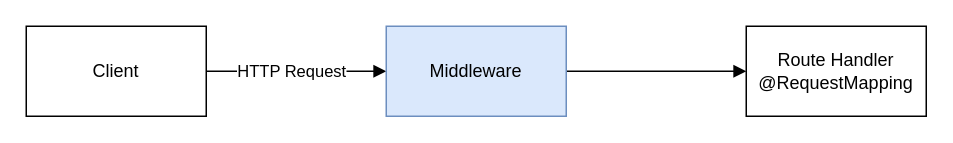
Earlier version of the draw.io diagram assets/img/dev/2023/0319/guard.drawio (assu10/assu10.github.io). Source tidied: cells renumbered, new cells numbered last; positions are measured from the earlier drawing's top-left corner, leaving out a move shared by most shapes. Both pictures are drawn from the tidied source at 150%, with x=0, y=0 at pixel (26, 26).
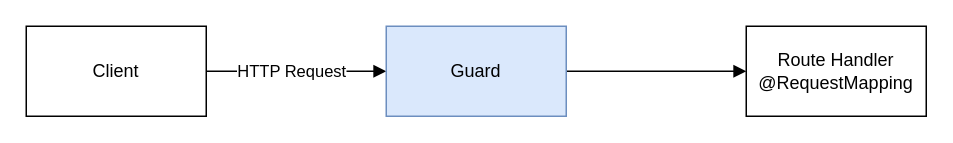
The same page after the edit.

Commit message (it also covers changes not shown here):
NestJS- Middleware, Guard, Interceptor, Pipe, ExceptionFilter 그리고 Life Cycle

Diff of the diagram source:
```diff
@@
 <mxGraphModel>
   <root>
     <mxCell id="0" />
     <mxCell id="1" parent="0" />
     <mxCell id="2" style="edgeStyle=orthogonalEdgeStyle;rounded=0;jettySize=auto;html=1;endArrow=block;endFill=1;" parent="1" edge="1" source="4" target="6">
       <mxGeometry relative="1" as="geometry" />
     </mxCell>
     <mxCell id="3" value="HTTP Request" style="edgeLabel;html=1;align=center;verticalAlign=middle;" parent="2" vertex="1">
       <mxGeometry x="-0.53" y="2" relative="1" as="geometry">
         <mxPoint x="28" y="1" as="offset" />
       </mxGeometry>
     </mxCell>
     <mxCell id="4" value="Client" style="rounded=0;whiteSpace=wrap;html=1;" parent="1" vertex="1">
       <mxGeometry width="120" height="60" as="geometry" />
     </mxCell>
     <mxCell id="5" style="edgeStyle=orthogonalEdgeStyle;rounded=0;jettySize=auto;html=1;entryX=0;entryY=0.5;entryDx=0;entryDy=0;endArrow=block;endFill=1;" parent="1" edge="1" source="6" target="7">
       <mxGeometry relative="1" as="geometry" />
     </mxCell>
-    <mxCell id="6" value="Middleware" style="rounded=0;whiteSpace=wrap;html=1;fillColor=#dae8fc;strokeColor=#6c8ebf;" parent="1" vertex="1">
+    <mxCell id="6" value="Guard" style="rounded=0;whiteSpace=wrap;html=1;fillColor=#dae8fc;strokeColor=#6c8ebf;" parent="1" vertex="1">
       <mxGeometry x="240" width="120" height="60" as="geometry" />
     </mxCell>
     <mxCell id="7" value="Route Handler&lt;br&gt;@RequestMapping" style="rounded=0;whiteSpace=wrap;html=1;" parent="1" vertex="1">
       <mxGeometry x="480" width="120" height="60" as="geometry" />
     </mxCell>
   </root>
 </mxGraphModel>
```
